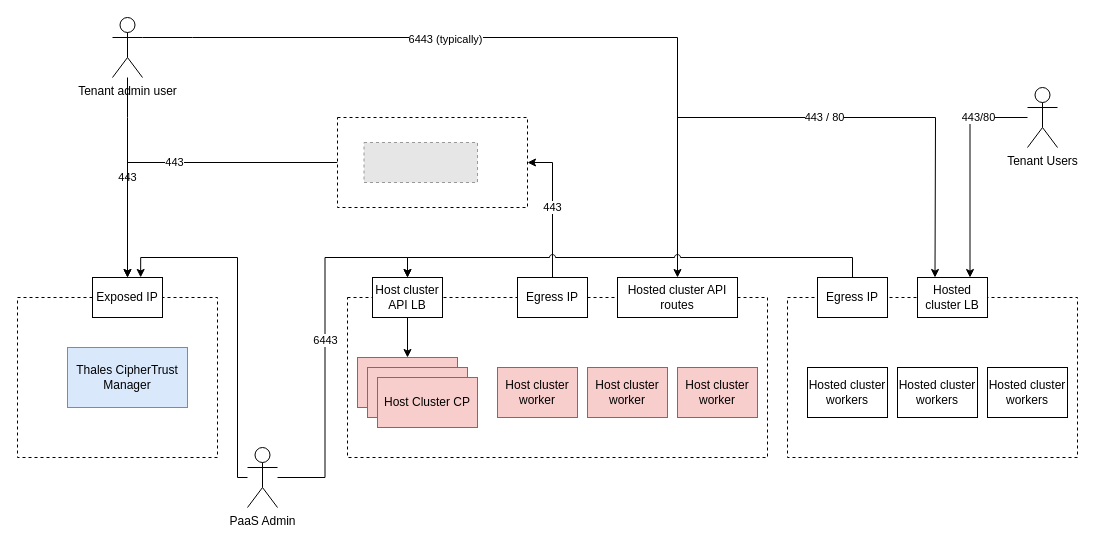
Above: docs/assets/CTE-k8s-network.drawio in butler54/encrypted-control-planes (draw.io), before the change. Source tidied: cells renumbered, new cells numbered last; positions are measured from the earlier drawing's top-left corner, leaving out a move shared by most shapes. Both pictures are drawn from the tidied source at 100%, with x=0, y=0 at pixel (17, 17). Pictures stored in the file or linked from it are replaced by grey dashed boxes.
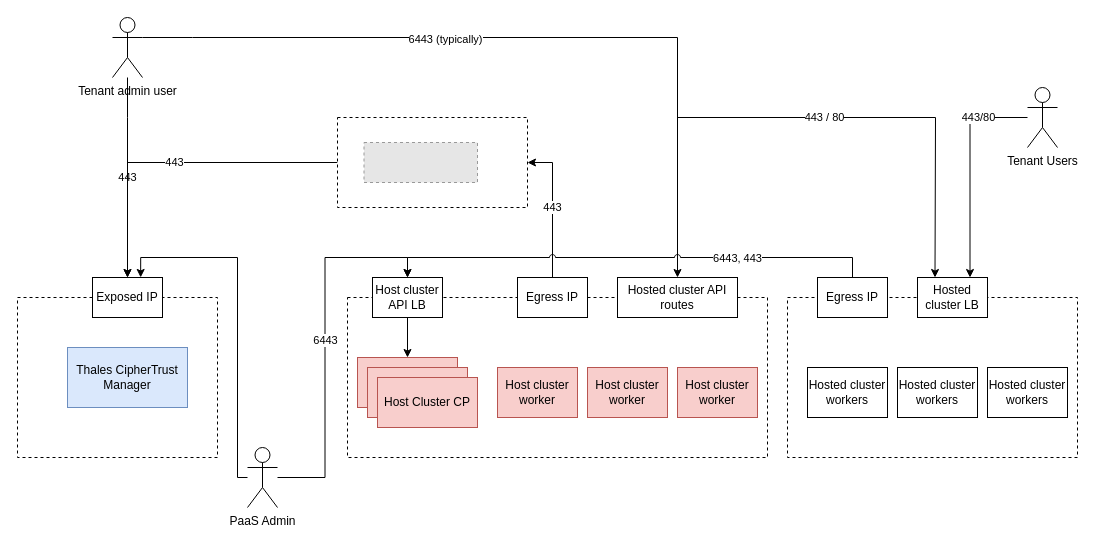
The same page after the edit.

Unchanged cells that the change refers to:
```xml
<mxCell id="27" style="edgeStyle=orthogonalEdgeStyle;rounded=0;jettySize=auto;html=1;entryX=0.5;entryY=0;entryDx=0;entryDy=0;jumpStyle=arc;" parent="1" edge="1" source="28" target="15">
  <mxGeometry relative="1" as="geometry">
    <Array as="points">
      <mxPoint x="835" y="240" />
      <mxPoint x="390" y="240" />
    </Array>
  </mxGeometry>
</mxCell>
```

The edit, as a diff of the source:
```diff
@@
+    <mxCell id="39" value="6443, 443" style="edgeLabel;html=1;align=center;verticalAlign=middle;" parent="27" vertex="1">
+      <mxGeometry x="-0.44" relative="1" as="geometry" />
+    </mxCell>
```
